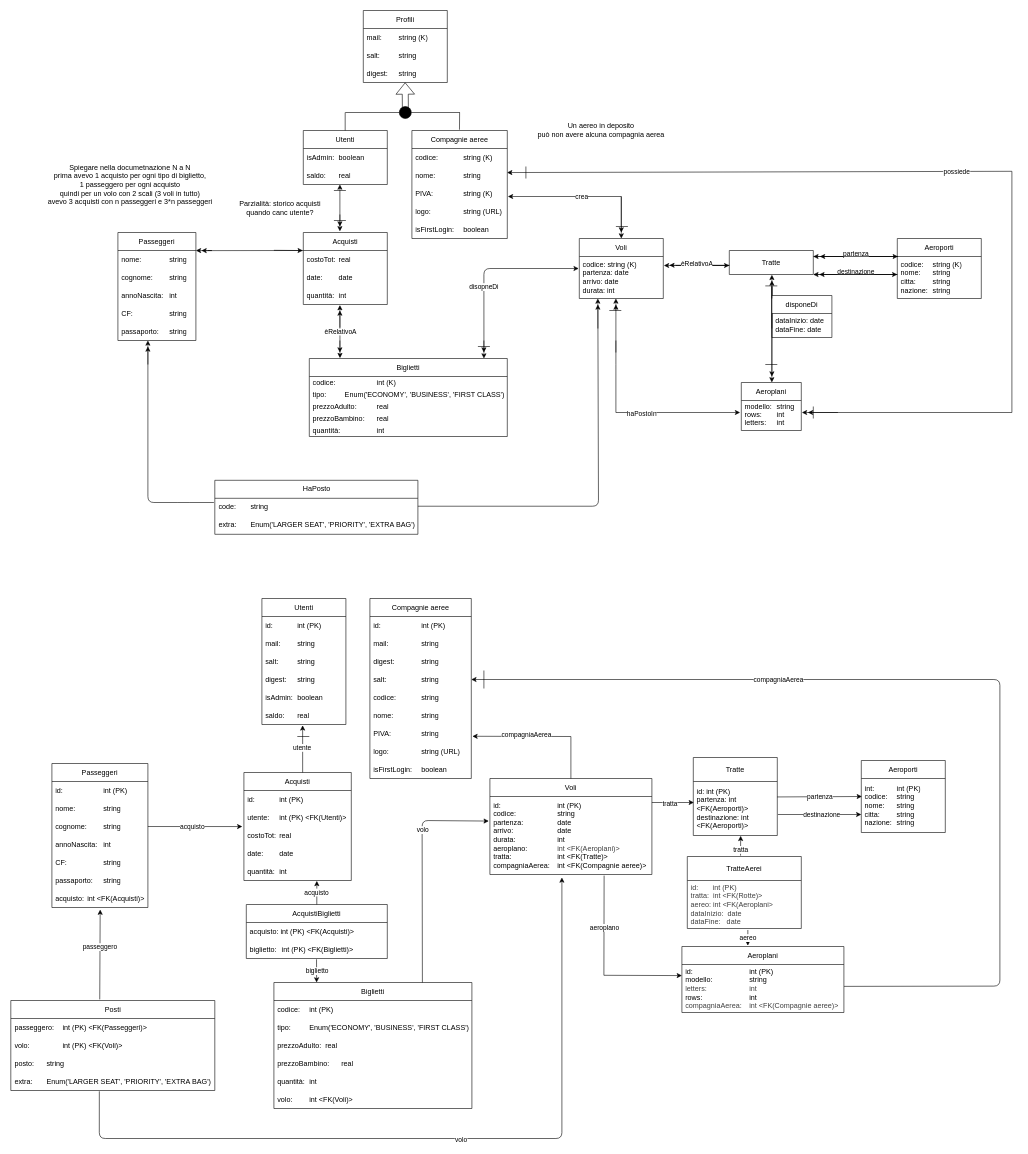
Before: BD/DB.drawio in giovanni-quacchia/Airports_projects, a draw.io diagram. Source tidied: cells renumbered, new cells numbered last; positions are measured from the earlier drawing's top-left corner, leaving out a move shared by most shapes. Both pictures are drawn from the tidied source at 60%, with x=0, y=0 at pixel (11, 10).
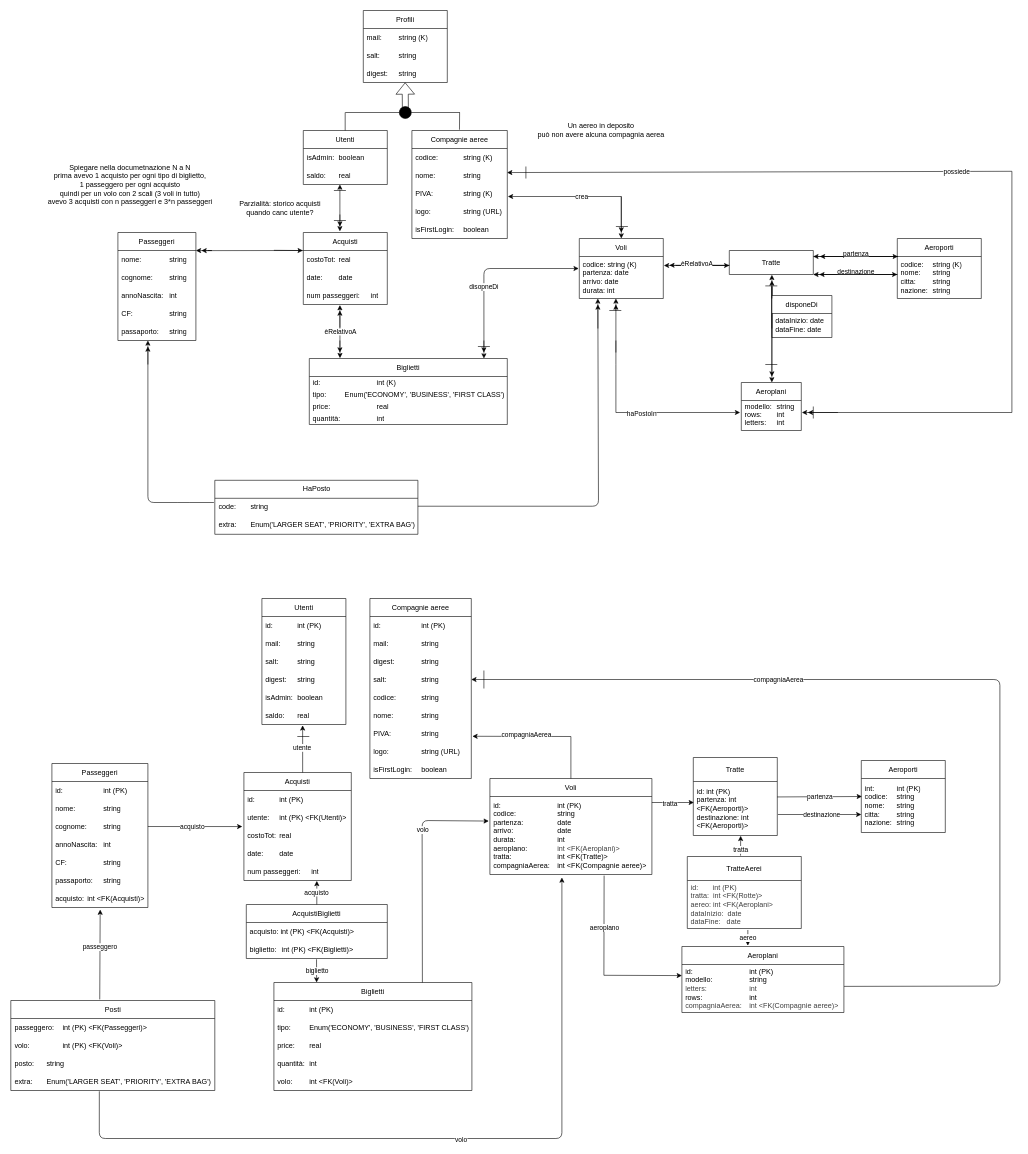
Above is the later version.

The change refers to these unchanged cells:
```xml
<mxCell id="70" value="Acquisti" style="swimlane;fontStyle=0;horizontal=1;startSize=30;whiteSpace=wrap;html=1;" parent="1" vertex="1">
  <mxGeometry x="487" y="370" width="140" height="120" as="geometry" />
</mxCell>
<mxCell id="141" value="Acquisti" style="swimlane;fontStyle=0;horizontal=1;startSize=30;whiteSpace=wrap;html=1;" parent="1" vertex="1">
  <mxGeometry x="388" y="1270" width="179" height="180" as="geometry" />
</mxCell>
```

What changed in the source:
```diff
@@
     <mxCell id="33" value="Biglietti" style="swimlane;fontStyle=0;horizontal=1;startSize=30;whiteSpace=wrap;html=1;" parent="1" vertex="1">
-      <mxGeometry x="497" y="580" width="330" height="130" as="geometry" />
+      <mxGeometry x="497" y="580" width="330" height="110" as="geometry" />
     </mxCell>
-    <mxCell id="34" value="codice: &lt;span style=&quot;white-space: pre;&quot;&gt;&#9;&lt;span style=&quot;white-space: pre;&quot;&gt;&#9;&lt;/span&gt;&lt;span style=&quot;white-space: pre;&quot;&gt;&#9;&lt;/span&gt;&lt;/span&gt;int (K)" style="text;strokeColor=none;fillColor=none;align=left;verticalAlign=middle;spacingLeft=4;spacingRight=4;overflow=hidden;whiteSpace=wrap;html=1;" parent="33" vertex="1">
+    <mxCell id="34" value="id: &lt;span style=&quot;white-space: pre;&quot;&gt;&#9;&lt;span style=&quot;white-space: pre;&quot;&gt;&#9;&lt;/span&gt;&lt;span style=&quot;white-space: pre;&quot;&gt;&#9;&lt;span style=&quot;white-space: pre;&quot;&gt;&#9;&lt;/span&gt;&lt;/span&gt;&lt;/span&gt;int (K)" style="text;strokeColor=none;fillColor=none;align=left;verticalAlign=middle;spacingLeft=4;spacingRight=4;overflow=hidden;whiteSpace=wrap;html=1;" parent="33" vertex="1">
       <mxGeometry y="30" width="330" height="20" as="geometry" />
     </mxCell>
@@
-    <mxCell id="36" value="prezzoAdulto: &lt;span style=&quot;white-space: pre;&quot;&gt;&#9;&lt;span style=&quot;white-space: pre;&quot;&gt;&#9;&lt;/span&gt;&lt;/span&gt;real" style="text;strokeColor=none;fillColor=none;align=left;verticalAlign=middle;spacingLeft=4;spacingRight=4;overflow=hidden;whiteSpace=wrap;html=1;" parent="33" vertex="1">
+    <mxCell id="36" value="price:&lt;span style=&quot;white-space: pre;&quot;&gt;&#9;&lt;/span&gt;&lt;span style=&quot;white-space: pre;&quot;&gt;&#9;&lt;/span&gt;&lt;span style=&quot;white-space: pre;&quot;&gt;&#9;&lt;/span&gt;real" style="text;strokeColor=none;fillColor=none;align=left;verticalAlign=middle;spacingLeft=4;spacingRight=4;overflow=hidden;whiteSpace=wrap;html=1;" parent="33" vertex="1">
       <mxGeometry y="70" width="330" height="20" as="geometry" />
     </mxCell>
-    <mxCell id="37" value="prezzoBambino: &lt;span style=&quot;white-space: pre;&quot;&gt;&#9;&lt;/span&gt;real" style="text;strokeColor=none;fillColor=none;align=left;verticalAlign=middle;spacingLeft=4;spacingRight=4;overflow=hidden;whiteSpace=wrap;html=1;" parent="33" vertex="1">
-      <mxGeometry y="90" width="330" height="20" as="geometry" />
-    </mxCell>
     <mxCell id="38" value="quantità: &lt;span style=&quot;white-space: pre;&quot;&gt;&#9;&lt;span style=&quot;white-space: pre;&quot;&gt;&#9;&lt;/span&gt;&lt;span style=&quot;white-space: pre;&quot;&gt;&#9;&lt;/span&gt;&lt;/span&gt;int" style="text;strokeColor=none;fillColor=none;align=left;verticalAlign=middle;spacingLeft=4;spacingRight=4;overflow=hidden;whiteSpace=wrap;html=1;" parent="33" vertex="1">
-      <mxGeometry y="110" width="330" height="20" as="geometry" />
+      <mxGeometry y="90" width="330" height="20" as="geometry" />
     </mxCell>
@@
-    <mxCell id="73" value="quantità: &lt;span style=&quot;white-space: pre;&quot;&gt;&#9;&lt;/span&gt;int" style="text;strokeColor=none;fillColor=none;align=left;verticalAlign=middle;spacingLeft=4;spacingRight=4;overflow=hidden;whiteSpace=wrap;html=1;" parent="70" vertex="1">
+    <mxCell id="73" value="num passeggeri: &lt;span style=&quot;white-space: pre;&quot;&gt;&#9;&lt;/span&gt;int" style="text;strokeColor=none;fillColor=none;align=left;verticalAlign=middle;spacingLeft=4;spacingRight=4;overflow=hidden;whiteSpace=wrap;html=1;" parent="70" vertex="1">
       <mxGeometry y="90" width="140" height="30" as="geometry" />
     </mxCell>
@@
     <mxCell id="120" value="Biglietti" style="swimlane;fontStyle=0;horizontal=1;startSize=30;whiteSpace=wrap;html=1;" parent="1" vertex="1">
-      <mxGeometry x="438" y="1620" width="330" height="210" as="geometry" />
+      <mxGeometry x="438" y="1620" width="330" height="180" as="geometry" />
     </mxCell>
-    <mxCell id="121" value="codice: &lt;span style=&quot;white-space: pre;&quot;&gt;&#9;&lt;/span&gt;int (PK)" style="text;strokeColor=none;fillColor=none;align=left;verticalAlign=middle;spacingLeft=4;spacingRight=4;overflow=hidden;whiteSpace=wrap;html=1;" parent="120" vertex="1">
+    <mxCell id="121" value="id: &lt;span style=&quot;white-space: pre;&quot;&gt;&#9;&lt;span style=&quot;white-space: pre;&quot;&gt;&#9;&lt;/span&gt;&lt;/span&gt;int (PK)" style="text;strokeColor=none;fillColor=none;align=left;verticalAlign=middle;spacingLeft=4;spacingRight=4;overflow=hidden;whiteSpace=wrap;html=1;" parent="120" vertex="1">
       <mxGeometry y="30" width="330" height="30" as="geometry" />
     </mxCell>
@@
-    <mxCell id="123" value="prezzoAdulto: &lt;span style=&quot;white-space: pre;&quot;&gt;&#9;&lt;/span&gt;real" style="text;strokeColor=none;fillColor=none;align=left;verticalAlign=middle;spacingLeft=4;spacingRight=4;overflow=hidden;whiteSpace=wrap;html=1;" parent="120" vertex="1">
+    <mxCell id="123" value="price: &lt;span style=&quot;white-space: pre;&quot;&gt;&#9;&lt;/span&gt;real" style="text;strokeColor=none;fillColor=none;align=left;verticalAlign=middle;spacingLeft=4;spacingRight=4;overflow=hidden;whiteSpace=wrap;html=1;" parent="120" vertex="1">
       <mxGeometry y="90" width="330" height="30" as="geometry" />
     </mxCell>
-    <mxCell id="124" value="prezzoBambino: &lt;span style=&quot;white-space: pre;&quot;&gt;&#9;&lt;/span&gt;real" style="text;strokeColor=none;fillColor=none;align=left;verticalAlign=middle;spacingLeft=4;spacingRight=4;overflow=hidden;whiteSpace=wrap;html=1;" parent="120" vertex="1">
-      <mxGeometry y="120" width="330" height="30" as="geometry" />
-    </mxCell>
     <mxCell id="125" value="quantità: &lt;span style=&quot;white-space: pre;&quot;&gt;&#9;&lt;/span&gt;int" style="text;strokeColor=none;fillColor=none;align=left;verticalAlign=middle;spacingLeft=4;spacingRight=4;overflow=hidden;whiteSpace=wrap;html=1;" parent="120" vertex="1">
-      <mxGeometry y="150" width="330" height="30" as="geometry" />
+      <mxGeometry y="120" width="330" height="30" as="geometry" />
     </mxCell>
     <mxCell id="126" value="volo: &lt;span style=&quot;white-space: pre;&quot;&gt;&#9;int &amp;lt;FK(Voli)&amp;gt;&lt;/span&gt;" style="text;strokeColor=none;fillColor=none;align=left;verticalAlign=middle;spacingLeft=4;spacingRight=4;overflow=hidden;whiteSpace=wrap;html=1;" parent="120" vertex="1">
-      <mxGeometry y="180" width="330" height="30" as="geometry" />
+      <mxGeometry y="150" width="330" height="30" as="geometry" />
     </mxCell>
@@
-    <mxCell id="146" value="quantità: &lt;span style=&quot;white-space: pre;&quot;&gt;&#9;&lt;/span&gt;int" style="text;strokeColor=none;fillColor=none;align=left;verticalAlign=middle;spacingLeft=4;spacingRight=4;overflow=hidden;points=[[0,0.5],[1,0.5]];portConstraint=eastwest;whiteSpace=wrap;html=1;" parent="141" vertex="1">
+    <mxCell id="146" value="num passeggeri: &lt;span style=&quot;white-space: pre;&quot;&gt;&#9;&lt;/span&gt;int" style="text;strokeColor=none;fillColor=none;align=left;verticalAlign=middle;spacingLeft=4;spacingRight=4;overflow=hidden;points=[[0,0.5],[1,0.5]];portConstraint=eastwest;whiteSpace=wrap;html=1;" parent="141" vertex="1">
       <mxGeometry y="150" width="179" height="30" as="geometry" />
     </mxCell>
```
